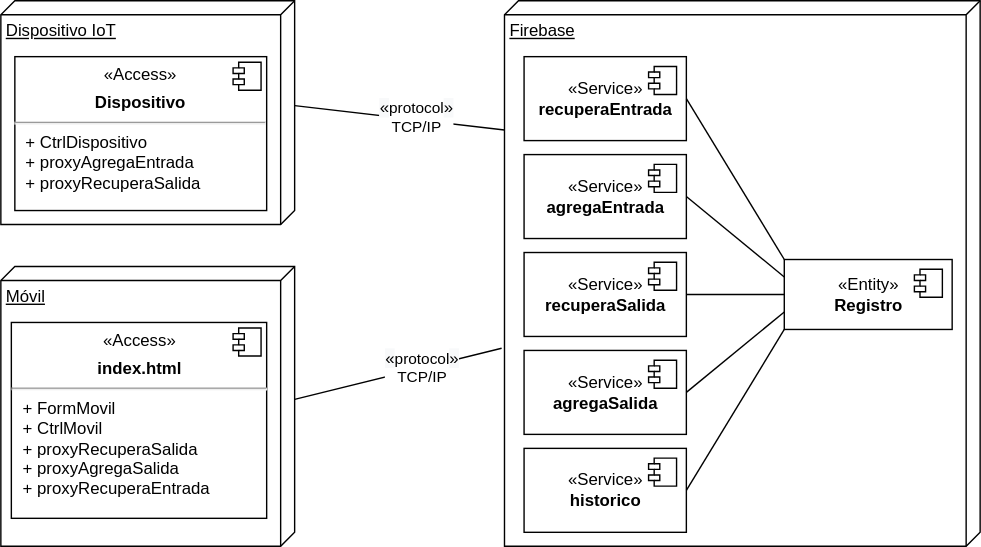
The draw.io diagram f_iot/img/despliegue_iot.svg in gilpgdm/gilpgdm.github.io, before a commit. Source tidied: cells renumbered, new cells last; positions are measured from the earlier drawing's top-left corner, leaving out a move shared by most shapes.
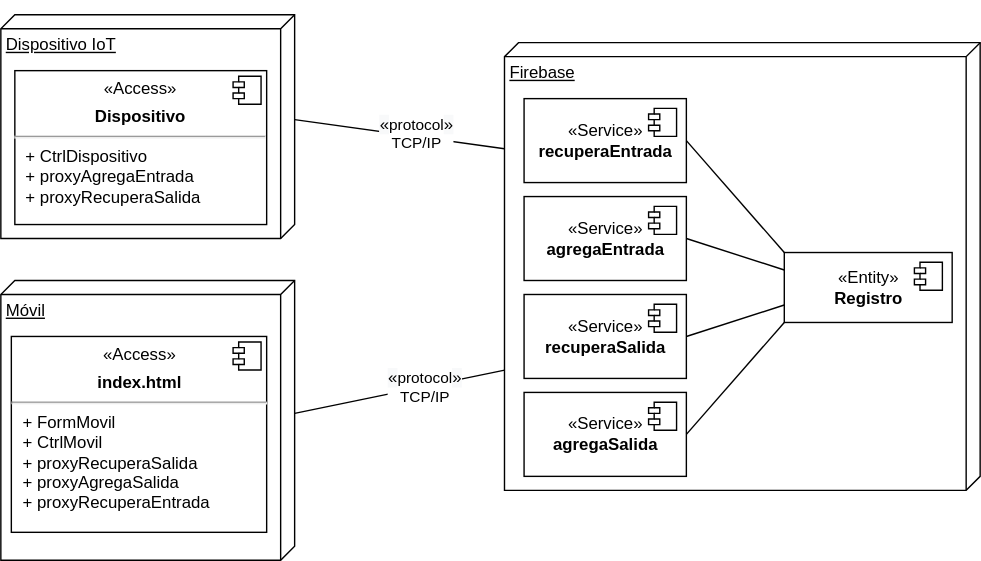
Above is the later version.

The edit, as a diff of the source:
```diff
@@ -8,7 +8,7 @@
     <mxCell id="3" value="&lt;span style=&quot;font-size: 12px ; background-color: rgb(248 , 249 , 250)&quot;&gt;«&lt;/span&gt;protocol&lt;span style=&quot;font-size: 12px ; background-color: rgb(248 , 249 , 250)&quot;&gt;»&lt;/span&gt;&lt;br&gt;TCP/IP" style="edgeLabel;html=1;align=center;verticalAlign=middle;" parent="2" vertex="1">
       <mxGeometry x="0.15" y="3" relative="1" as="geometry" />
     </mxCell>
-    <mxCell id="4" style="endArrow=none;html=1;entryX=0.637;entryY=1.006;entryDx=0;entryDy=0;entryPerimeter=0;exitX=0;exitY=0;exitDx=95;exitDy=0;exitPerimeter=0;" parent="1" edge="1" source="7" target="15">
+    <mxCell id="4" style="endArrow=none;html=1;exitX=0;exitY=0;exitDx=95;exitDy=0;exitPerimeter=0;entryX=0.731;entryY=0.997;entryDx=0;entryDy=0;entryPerimeter=0;" parent="1" edge="1" source="7" target="15">
       <mxGeometry relative="1" as="geometry" />
     </mxCell>
     <mxCell id="5" value="&lt;span style=&quot;font-size: 12px ; background-color: rgb(248 , 249 , 250)&quot;&gt;«&lt;/span&gt;protocol&lt;span style=&quot;font-size: 12px ; background-color: rgb(248 , 249 , 250)&quot;&gt;»&lt;/span&gt;&lt;br&gt;TCP/IP" style="edgeLabel;html=1;align=center;verticalAlign=middle;" parent="4" vertex="1">
@@ -45,12 +45,21 @@
       </mxGeometry>
     </mxCell>
     <mxCell id="14" style="group;" parent="1" vertex="1">
-      <mxGeometry x="360" width="340" height="390" as="geometry" />
+      <mxGeometry x="360" y="-10" width="340" height="390" as="geometry" />
     </mxCell>
+    <mxCell id="22" style="edgeStyle=orthogonalEdgeStyle;rounded=0;orthogonalLoop=1;jettySize=auto;html=1;exitX=0.5;exitY=1;exitDx=0;exitDy=0;" parent="14" edge="1">
+      <mxGeometry relative="1" as="geometry">
+        <mxPoint x="72" y="380" as="sourcePoint" />
+        <mxPoint x="72" y="380" as="targetPoint" />
+      </mxGeometry>
+    </mxCell>
+    <mxCell id="34" style="group;" parent="14" vertex="1">
+      <mxGeometry y="30" width="340" height="320" as="geometry" />
+    </mxCell>
-    <mxCell id="15" value="Firebase" style="verticalAlign=top;align=left;spacingTop=8;spacingLeft=2;spacingRight=12;shape=cube;size=10;direction=south;fontStyle=4;html=1;" parent="14" vertex="1">
-      <mxGeometry width="340" height="390" as="geometry" />
+    <mxCell id="15" value="Firebase" style="verticalAlign=top;align=left;spacingTop=8;spacingLeft=2;spacingRight=12;shape=cube;size=10;direction=south;fontStyle=4;html=1;" parent="34" vertex="1">
+      <mxGeometry width="340" height="320" as="geometry" />
     </mxCell>
-    <mxCell id="16" value="«Service»&lt;br&gt;&lt;b&gt;agregaEntrada&lt;/b&gt;" style="html=1;" parent="14" vertex="1">
+    <mxCell id="16" value="«Service»&lt;br&gt;&lt;b&gt;agregaEntrada&lt;/b&gt;" style="html=1;" parent="34" vertex="1">
       <mxGeometry x="14" y="110" width="116" height="60" as="geometry" />
     </mxCell>
     <mxCell id="17" style="shape=module;jettyWidth=8;jettyHeight=4;" parent="16" vertex="1">
@@ -58,7 +67,7 @@
         <mxPoint x="-27" y="7" as="offset" />
       </mxGeometry>
     </mxCell>
-    <mxCell id="18" value="«Service»&lt;br&gt;&lt;b&gt;recuperaSalida&lt;/b&gt;" style="html=1;" parent="14" vertex="1">
+    <mxCell id="18" value="«Service»&lt;br&gt;&lt;b&gt;recuperaSalida&lt;/b&gt;" style="html=1;" parent="34" vertex="1">
       <mxGeometry x="14" y="180" width="116" height="60" as="geometry" />
     </mxCell>
     <mxCell id="19" style="shape=module;jettyWidth=8;jettyHeight=4;" parent="18" vertex="1">
@@ -66,26 +75,15 @@
         <mxPoint x="-27" y="7" as="offset" />
       </mxGeometry>
     </mxCell>
-    <mxCell id="20" value="«Service»&lt;br&gt;&lt;b&gt;historico&lt;/b&gt;" style="html=1;" parent="14" vertex="1">
-      <mxGeometry x="14" y="320" width="116" height="60" as="geometry" />
-    </mxCell>
-    <mxCell id="21" style="shape=module;jettyWidth=8;jettyHeight=4;" parent="20" vertex="1">
-      <mxGeometry x="1" width="20" height="20" relative="1" as="geometry">
-        <mxPoint x="-27" y="7" as="offset" />
-      </mxGeometry>
-    </mxCell>
-    <mxCell id="22" style="edgeStyle=orthogonalEdgeStyle;rounded=0;orthogonalLoop=1;jettySize=auto;html=1;exitX=0.5;exitY=1;exitDx=0;exitDy=0;" parent="14" edge="1" source="20" target="20">
-      <mxGeometry relative="1" as="geometry" />
-    </mxCell>
-    <mxCell id="23" value="«Entity»&lt;br&gt;&lt;b&gt;Registro&lt;/b&gt;" style="html=1;" parent="14" vertex="1">
-      <mxGeometry x="200" y="185" width="120" height="50" as="geometry" />
+    <mxCell id="23" value="«Entity»&lt;br&gt;&lt;b&gt;Registro&lt;/b&gt;" style="html=1;" parent="34" vertex="1">
+      <mxGeometry x="200" y="150" width="120" height="50" as="geometry" />
     </mxCell>
     <mxCell id="24" style="shape=module;jettyWidth=8;jettyHeight=4;" parent="23" vertex="1">
       <mxGeometry x="1" width="20" height="20" relative="1" as="geometry">
         <mxPoint x="-27" y="7" as="offset" />
       </mxGeometry>
     </mxCell>
-    <mxCell id="25" value="«Service»&lt;br&gt;&lt;b&gt;recuperaEntrada&lt;/b&gt;" style="html=1;" parent="14" vertex="1">
+    <mxCell id="25" value="«Service»&lt;br&gt;&lt;b&gt;recuperaEntrada&lt;/b&gt;" style="html=1;" parent="34" vertex="1">
       <mxGeometry x="14" y="40" width="116" height="60" as="geometry" />
     </mxCell>
     <mxCell id="26" style="shape=module;jettyWidth=8;jettyHeight=4;" parent="25" vertex="1">
@@ -93,7 +91,7 @@
         <mxPoint x="-27" y="7" as="offset" />
       </mxGeometry>
     </mxCell>
-    <mxCell id="27" value="«Service»&lt;br&gt;&lt;b&gt;agregaSalida&lt;/b&gt;" style="html=1;" parent="14" vertex="1">
+    <mxCell id="27" value="«Service»&lt;br&gt;&lt;b&gt;agregaSalida&lt;/b&gt;" style="html=1;" parent="34" vertex="1">
       <mxGeometry x="14" y="250" width="116" height="60" as="geometry" />
     </mxCell>
     <mxCell id="28" style="shape=module;jettyWidth=8;jettyHeight=4;" parent="27" vertex="1">
@@ -101,22 +99,19 @@
         <mxPoint x="-27" y="7" as="offset" />
       </mxGeometry>
     </mxCell>
-    <mxCell id="29" style="endArrow=none;html=1;entryX=0;entryY=0.5;entryDx=0;entryDy=0;" parent="14" edge="1" target="23">
+    <mxCell id="29" style="endArrow=none;html=1;entryX=0;entryY=0.75;entryDx=0;entryDy=0;" parent="34" edge="1" target="23">
       <mxGeometry relative="1" as="geometry">
         <mxPoint x="130" y="210" as="sourcePoint" />
       </mxGeometry>
     </mxCell>
-    <mxCell id="30" style="endArrow=none;html=1;entryX=0;entryY=0.25;entryDx=0;entryDy=0;exitX=1;exitY=0.5;exitDx=0;exitDy=0;" parent="14" edge="1" source="16" target="23">
+    <mxCell id="30" style="endArrow=none;html=1;entryX=0;entryY=0.25;entryDx=0;entryDy=0;exitX=1;exitY=0.5;exitDx=0;exitDy=0;" parent="34" edge="1" source="16" target="23">
       <mxGeometry relative="1" as="geometry" />
     </mxCell>
-    <mxCell id="31" style="endArrow=none;html=1;entryX=0;entryY=0.75;entryDx=0;entryDy=0;exitX=1;exitY=0.5;exitDx=0;exitDy=0;" parent="14" edge="1" source="27" target="23">
+    <mxCell id="31" style="endArrow=none;html=1;entryX=0;entryY=1;entryDx=0;entryDy=0;exitX=1;exitY=0.5;exitDx=0;exitDy=0;" parent="34" edge="1" source="27" target="23">
       <mxGeometry relative="1" as="geometry" />
     </mxCell>
-    <mxCell id="32" style="endArrow=none;html=1;entryX=0;entryY=0;entryDx=0;entryDy=0;exitX=1;exitY=0.5;exitDx=0;exitDy=0;" parent="14" edge="1" source="25" target="23">
+    <mxCell id="32" style="endArrow=none;html=1;entryX=0;entryY=0;entryDx=0;entryDy=0;exitX=1;exitY=0.5;exitDx=0;exitDy=0;" parent="34" edge="1" source="25" target="23">
       <mxGeometry relative="1" as="geometry" />
     </mxCell>
-    <mxCell id="33" style="endArrow=none;html=1;entryX=0;entryY=1;entryDx=0;entryDy=0;exitX=1;exitY=0.5;exitDx=0;exitDy=0;" parent="14" edge="1" source="20" target="23">
-      <mxGeometry relative="1" as="geometry" />
-    </mxCell>
   </root>
 </mxGraphModel>
```
